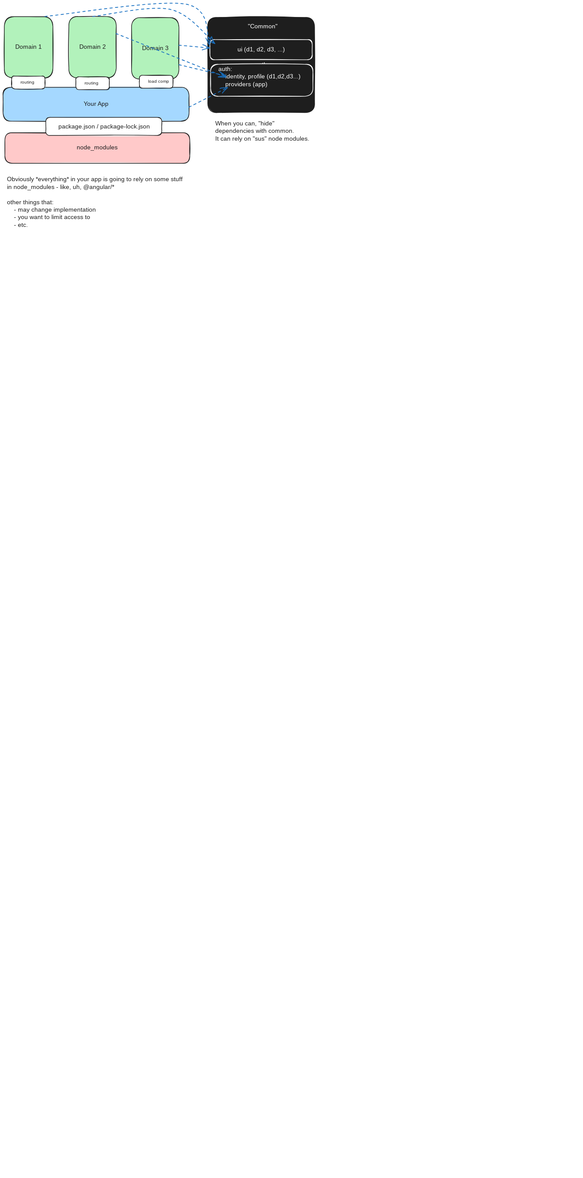
JeffryGonzalez/angular-state-management-dec-2025 keeps this Excalidraw diagram as src/frontend/notes/day1/deps.excalidraw.svg. Above is the earlier version. Source tidied: one line per element, renumbered; positions are measured from the earlier drawing's top-left corner, leaving out a move shared by most shapes.
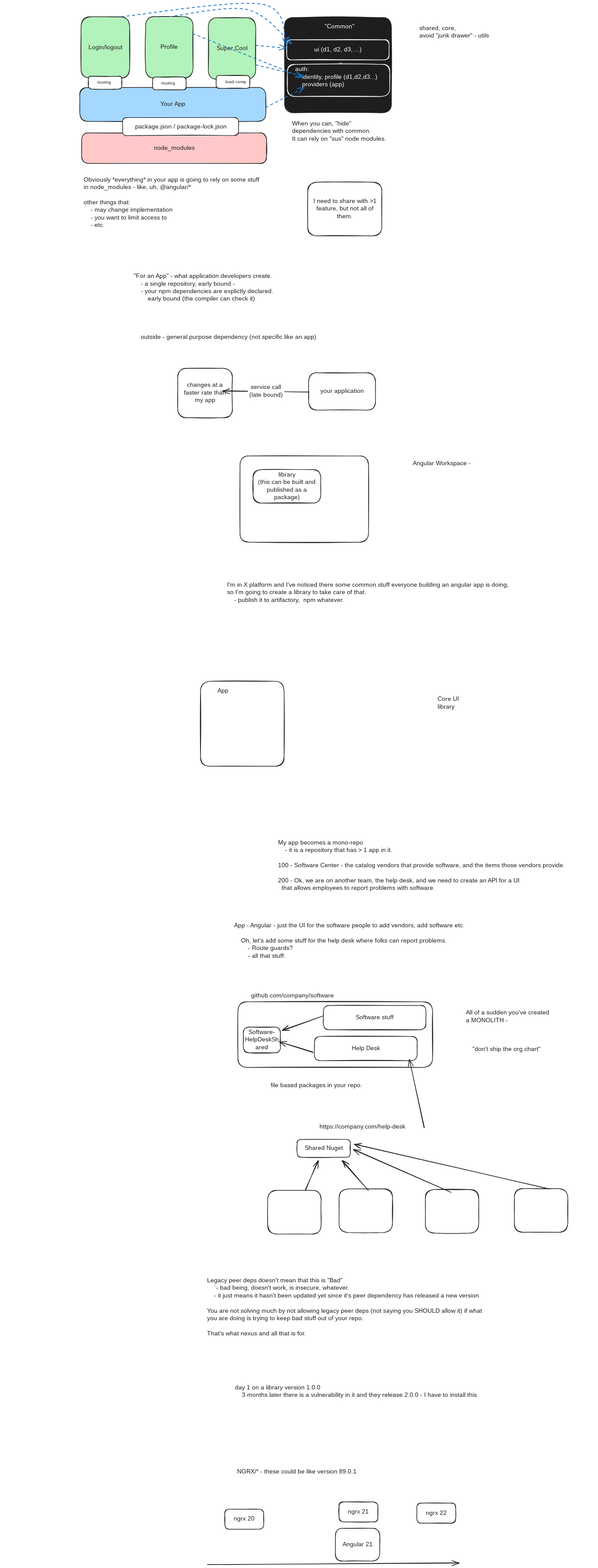
The same file after the commit.

Diff of the diagram source:
```diff
@@ -5,11 +5,11 @@
 {"id": 4, "type": "rectangle", "strokeColor": "#1e1e1e", "backgroundColor": "#ffffff", "fillStyle": "solid", "strokeWidth": 2, "roughness": 1, "round": true, "x": 141, "y": 372, "width": 382, "height": 59}
 {"id": 5, "type": "text", "text": "package.json / package-lock.json", "strokeColor": "#1e1e1e", "backgroundColor": "#a5d8ff", "fillStyle": "solid", "strokeWidth": 2, "roughness": 1, "fontSize": 20, "fontFamily": 5, "x": 183, "y": 391, "width": 316, "height": 25}
 {"id": 6, "type": "rectangle", "strokeColor": "#1e1e1e", "backgroundColor": "#b2f2bb", "fillStyle": "solid", "strokeWidth": 2, "roughness": 1, "round": true, "x": 4, "y": 40, "width": 160, "height": 202}
-{"id": 7, "type": "text", "text": "Domain 1", "strokeColor": "#1e1e1e", "backgroundColor": "#b2f2bb", "fillStyle": "solid", "strokeWidth": 2, "roughness": 1, "fontSize": 20, "fontFamily": 5, "textAlign": "center", "verticalAlign": "middle", "inside": 6, "x": 42, "y": 129, "width": 84, "height": 25}
+{"id": 7, "type": "text", "text": "Login/logout", "strokeColor": "#1e1e1e", "backgroundColor": "#b2f2bb", "fillStyle": "solid", "strokeWidth": 2, "roughness": 1, "fontSize": 20, "fontFamily": 5, "textAlign": "center", "verticalAlign": "middle", "inside": 6, "x": 23, "y": 129, "width": 122, "height": 25}
 {"id": 8, "type": "rectangle", "strokeColor": "#1e1e1e", "backgroundColor": "#b2f2bb", "fillStyle": "solid", "strokeWidth": 2, "roughness": 1, "round": true, "x": 217, "y": 40, "width": 156, "height": 202}
-{"id": 9, "type": "text", "text": "Domain 2", "strokeColor": "#1e1e1e", "backgroundColor": "#b2f2bb", "fillStyle": "solid", "strokeWidth": 2, "roughness": 1, "fontSize": 20, "fontFamily": 5, "textAlign": "center", "verticalAlign": "middle", "inside": 8, "x": 250, "y": 128, "width": 90, "height": 25}
+{"id": 9, "type": "text", "text": "Profile", "strokeColor": "#1e1e1e", "backgroundColor": "#b2f2bb", "fillStyle": "solid", "strokeWidth": 2, "roughness": 1, "fontSize": 20, "fontFamily": 5, "textAlign": "center", "verticalAlign": "middle", "inside": 8, "x": 263, "y": 128, "width": 64, "height": 25}
 {"id": 10, "type": "rectangle", "strokeColor": "#1e1e1e", "backgroundColor": "#b2f2bb", "fillStyle": "solid", "strokeWidth": 2, "roughness": 1, "round": true, "x": 423, "y": 44, "width": 156, "height": 202}
-{"id": 11, "type": "text", "text": "Domain 3", "strokeColor": "#1e1e1e", "backgroundColor": "#b2f2bb", "fillStyle": "solid", "strokeWidth": 2, "roughness": 1, "fontSize": 20, "fontFamily": 5, "textAlign": "center", "verticalAlign": "middle", "inside": 10, "x": 457, "y": 132, "width": 88, "height": 25}
+{"id": 11, "type": "text", "text": "Super Cool", "strokeColor": "#1e1e1e", "backgroundColor": "#b2f2bb", "fillStyle": "solid", "strokeWidth": 2, "roughness": 1, "fontSize": 20, "fontFamily": 5, "textAlign": "center", "verticalAlign": "middle", "inside": 10, "x": 450, "y": 132, "width": 102, "height": 25}
 {"id": 12, "type": "rectangle", "strokeColor": "#1e1e1e", "backgroundColor": "#ffffff", "fillStyle": "solid", "strokeWidth": 2, "roughness": 1, "round": true, "x": 28, "y": 236, "width": 110, "height": 42}
 {"id": 13, "type": "text", "text": "routing", "strokeColor": "#1e1e1e", "backgroundColor": "#a5d8ff", "fillStyle": "solid", "strokeWidth": 2, "roughness": 1, "fontSize": 14.24, "fontFamily": 5, "x": 57, "y": 249, "width": 49, "height": 18}
 {"id": 14, "type": "rectangle", "strokeColor": "#1e1e1e", "backgroundColor": "#ffffff", "fillStyle": "solid", "strokeWidth": 2, "roughness": 1, "round": true, "x": 240, "y": 239, "width": 110, "height": 42}
@@ -31,3 +31,60 @@
 {"id": 30, "type": "arrow", "strokeColor": "#1971c2", "backgroundColor": "#1e1e1e", "fillStyle": "solid", "strokeWidth": 2, "strokeStyle": "dashed", "roughness": 1, "endArrowhead": "arrow", "round": true, "from": 8, "x": 372, "y": 96, "width": 362, "height": 144, "points": [[0, 0], [362, 144]]}
 {"id": 31, "type": "arrow", "strokeColor": "#1971c2", "backgroundColor": "#1e1e1e", "fillStyle": "solid", "strokeWidth": 2, "strokeStyle": "dashed", "roughness": 1, "endArrowhead": "arrow", "round": true, "from": 2, "to": 24, "x": 611, "y": 339, "width": 129, "height": 66, "points": [[0, 0], [129, -66]]}
 {"id": 32, "type": "text", "text": "Obviously *everything* in your app is going to rely on some stuff \nin node_modules - like, uh, @angular/*\n\nother things that:\n    - may change implementation\n    - you want to limit access to\n    - etc. ", "strokeColor": "#1e1e1e", "backgroundColor": "#1e1e1e", "fillStyle": "solid", "strokeWidth": 2, "strokeStyle": "dashed", "roughness": 1, "fontSize": 20, "fontFamily": 5, "x": 13, "y": 565, "width": 640, "height": 175}
+{"id": 33, "type": "text", "text": "shared, core,\navoid \"junk drawer\" - utils", "strokeColor": "#1e1e1e", "strokeWidth": 2, "roughness": 1, "fontSize": 20, "fontFamily": 5, "x": 1117, "y": 66, "width": 251, "height": 50}
+{"id": 34, "type": "rectangle", "strokeColor": "#1e1e1e", "strokeWidth": 2, "roughness": 1, "round": true, "x": 750, "y": 585, "width": 244, "height": 177}
+{"id": 35, "type": "text", "text": "I need to share with >1\nfeature, but not all of\nthem.", "strokeColor": "#1e1e1e", "strokeWidth": 2, "roughness": 1, "fontSize": 20, "fontFamily": 5, "textAlign": "center", "verticalAlign": "middle", "inside": 34, "x": 757, "y": 636, "width": 231, "height": 75}
+{"id": 36, "type": "text", "text": "\"For an App\" - what application developers create.\n    - a single repository, early bound - \n    - your npm dependencies are explictly declared.\n        early bound (the compiler can check it)\n\n\n\n\n    outside - general purpose dependency (not specific like an app) ", "strokeColor": "#1e1e1e", "strokeWidth": 2, "roughness": 1, "fontSize": 20, "fontFamily": 5, "x": 178, "y": 883, "width": 651, "height": 225}
+{"id": 37, "type": "rectangle", "strokeColor": "#1e1e1e", "strokeWidth": 2, "roughness": 1, "round": true, "x": 322, "y": 1198, "width": 180, "height": 163}
+{"id": 38, "type": "text", "text": "changes at a\nfaster rate than\nmy app", "strokeColor": "#1e1e1e", "strokeWidth": 2, "roughness": 1, "fontSize": 20, "fontFamily": 5, "textAlign": "center", "verticalAlign": "middle", "inside": 37, "x": 331, "y": 1242, "width": 164, "height": 75}
+{"id": 39, "type": "rectangle", "strokeColor": "#1e1e1e", "strokeWidth": 2, "roughness": 1, "round": true, "x": 753, "y": 1213, "width": 220, "height": 123}
+{"id": 40, "type": "text", "text": "your application", "strokeColor": "#1e1e1e", "strokeWidth": 2, "roughness": 1, "fontSize": 20, "fontFamily": 5, "textAlign": "center", "verticalAlign": "middle", "inside": 39, "x": 787, "y": 1262, "width": 152, "height": 25}
+{"id": 41, "type": "arrow", "strokeColor": "#1e1e1e", "strokeWidth": 2, "roughness": 1, "endArrowhead": "arrow", "round": true, "from": 39, "x": 755, "y": 1276, "width": 285, "height": 4, "points": [[0, 0], [-285, -4]]}
+{"id": 42, "type": "text", "text": "service call\n(late bound)", "strokeColor": "#1e1e1e", "strokeWidth": 2, "roughness": 1, "fontSize": 20, "fontFamily": 5, "textAlign": "center", "verticalAlign": "middle", "inside": 41, "x": 553, "y": 1249, "width": 119, "height": 50}
+{"id": 43, "type": "rectangle", "strokeColor": "#1e1e1e", "strokeWidth": 2, "roughness": 1, "round": true, "x": 527, "y": 1487, "width": 423, "height": 284}
+{"id": 44, "type": "text", "text": "Angular Workspace - ", "strokeColor": "#1e1e1e", "strokeWidth": 2, "roughness": 1, "fontSize": 20, "fontFamily": 5, "x": 1095, "y": 1499, "width": 203, "height": 25}
+{"id": 45, "type": "rectangle", "strokeColor": "#1e1e1e", "strokeWidth": 2, "roughness": 1, "round": true, "x": 570, "y": 1532, "width": 223, "height": 110}
+{"id": 46, "type": "text", "text": "library\n(this can be built and\npublished as a\npackage)", "strokeColor": "#1e1e1e", "strokeWidth": 2, "roughness": 1, "fontSize": 20, "fontFamily": 5, "textAlign": "center", "verticalAlign": "middle", "inside": 45, "x": 577, "y": 1537, "width": 210, "height": 100}
+{"id": 47, "type": "text", "text": "I'm in X platform and I've noticed there some common stuff everyone building an angular app is doing,\nso I'm going to create a library to take care of that.\n    - publish it to artifactory,  npm whatever.", "strokeColor": "#1e1e1e", "strokeWidth": 2, "roughness": 1, "fontSize": 20, "fontFamily": 5, "x": 484, "y": 1900, "width": 985, "height": 75}
+{"id": 48, "type": "text", "text": "App\n", "strokeColor": "#1e1e1e", "strokeWidth": 2, "roughness": 1, "fontSize": 20, "fontFamily": 5, "x": 453, "y": 2249, "width": 35, "height": 50}
+{"id": 49, "type": "text", "text": "Core UI\nlibrary", "strokeColor": "#1e1e1e", "strokeWidth": 2, "roughness": 1, "fontSize": 20, "fontFamily": 5, "x": 1177, "y": 2276, "width": 77, "height": 50}
+{"id": 50, "type": "rectangle", "strokeColor": "#1e1e1e", "strokeWidth": 2, "roughness": 1, "round": true, "x": 397, "y": 2229, "width": 275, "height": 280}
+{"id": 51, "type": "text", "text": "My app becomes a mono-repo\n    - it is a repository that has > 1 app in it.\n\n100 - Software Center - the catalog vendors that provide software, and the items those vendors provide.\n\n200 - Ok, we are on another team, the help desk, and we need to create an API for a UI\n  that allows employees to report problems with software.\n", "strokeColor": "#1e1e1e", "strokeWidth": 2, "roughness": 1, "fontSize": 20, "fontFamily": 5, "x": 653, "y": 2749, "width": 1042, "height": 200}
+{"id": 52, "type": "text", "text": "App - Angular - just the UI for the software people to add vendors, add software etc.\n\n    Oh, let's add some stuff for the help desk where folks can report problems.\n        - Route guards? \n        - all that stuff.", "strokeColor": "#1e1e1e", "strokeWidth": 2, "roughness": 1, "fontSize": 20, "fontFamily": 5, "x": 507, "y": 3022, "width": 857, "height": 125}
+{"id": 53, "type": "rectangle", "strokeColor": "#1e1e1e", "strokeWidth": 2, "roughness": 1, "round": true, "x": 520, "y": 3285, "width": 641, "height": 216}
+{"id": 54, "type": "rectangle", "strokeColor": "#1e1e1e", "strokeWidth": 2, "roughness": 1, "round": true, "x": 801, "y": 3297, "width": 338, "height": 80}
+{"id": 55, "type": "text", "text": "Software stuff", "strokeColor": "#1e1e1e", "strokeWidth": 2, "roughness": 1, "fontSize": 20, "fontFamily": 5, "textAlign": "center", "verticalAlign": "middle", "inside": 54, "x": 897, "y": 3324, "width": 148, "height": 25}
+{"id": 56, "type": "rectangle", "strokeColor": "#1e1e1e", "strokeWidth": 2, "roughness": 1, "round": true, "x": 772, "y": 3399, "width": 338, "height": 80}
+{"id": 57, "type": "text", "text": "Help Desk", "strokeColor": "#1e1e1e", "strokeWidth": 2, "roughness": 1, "fontSize": 20, "fontFamily": 5, "textAlign": "center", "verticalAlign": "middle", "inside": 56, "x": 895, "y": 3426, "width": 93, "height": 25}
+{"id": 58, "type": "text", "text": "All of a sudden you've created\na MONOLITH -\n    ", "strokeColor": "#1e1e1e", "strokeWidth": 2, "roughness": 1, "fontSize": 20, "fontFamily": 5, "x": 1270, "y": 3309, "width": 296, "height": 75}
+{"id": 59, "type": "text", "text": "https://company.com/help-desk", "strokeColor": "#1e1e1e", "strokeWidth": 2, "roughness": 1, "fontSize": 20, "fontFamily": 5, "x": 789, "y": 3685, "width": 298, "height": 25}
+{"id": 60, "type": "arrow", "strokeColor": "#1e1e1e", "strokeWidth": 2, "roughness": 1, "endArrowhead": "arrow", "round": true, "to": 56, "x": 1133, "y": 3699, "width": 48, "height": 223, "points": [[0, 0], [-48, -223]]}
+{"id": 61, "type": "text", "text": "\"don't ship the org chart\"", "strokeColor": "#1e1e1e", "strokeWidth": 2, "roughness": 1, "fontSize": 20, "fontFamily": 5, "x": 1292, "y": 3429, "width": 250, "height": 25}
+{"id": 62, "type": "rectangle", "strokeColor": "#1e1e1e", "strokeWidth": 2, "roughness": 1, "round": true, "x": 538, "y": 3368, "width": 122, "height": 85}
+{"id": 63, "type": "text", "text": "Software-\nHelpDeskSh\nared", "strokeColor": "#1e1e1e", "strokeWidth": 2, "roughness": 1, "fontSize": 20, "fontFamily": 5, "textAlign": "center", "verticalAlign": "middle", "inside": 62, "x": 545, "y": 3373, "width": 109, "height": 75}
+{"id": 64, "type": "arrow", "strokeColor": "#1e1e1e", "strokeWidth": 2, "roughness": 1, "endArrowhead": "arrow", "round": true, "from": 54, "to": 62, "x": 801, "y": 3331, "width": 135, "height": 49, "points": [[0, 0], [-135, 49]]}
+{"id": 65, "type": "arrow", "strokeColor": "#1e1e1e", "strokeWidth": 2, "roughness": 1, "endArrowhead": "arrow", "round": true, "from": 56, "to": 62, "x": 767, "y": 3451, "width": 111, "height": 34, "points": [[0, 0], [-111, -34]]}
+{"id": 66, "type": "rectangle", "strokeColor": "#1e1e1e", "strokeWidth": 2, "roughness": 1, "round": true, "x": 618, "y": 3906, "width": 176, "height": 144}
+{"id": 67, "type": "rectangle", "strokeColor": "#1e1e1e", "strokeWidth": 2, "roughness": 1, "round": true, "x": 853, "y": 3901, "width": 176, "height": 144}
+{"id": 68, "type": "rectangle", "strokeColor": "#1e1e1e", "strokeWidth": 2, "roughness": 1, "round": true, "x": 1137, "y": 3903, "width": 176, "height": 144}
+{"id": 69, "type": "rectangle", "strokeColor": "#1e1e1e", "strokeWidth": 2, "roughness": 1, "round": true, "x": 1430, "y": 3900, "width": 176, "height": 144}
+{"id": 70, "type": "rectangle", "strokeColor": "#1e1e1e", "strokeWidth": 2, "roughness": 1, "round": true, "x": 715, "y": 3738, "width": 175, "height": 59}
+{"id": 71, "type": "text", "text": "Shared Nuget", "strokeColor": "#1e1e1e", "strokeWidth": 2, "roughness": 1, "fontSize": 20, "fontFamily": 5, "textAlign": "center", "verticalAlign": "middle", "inside": 70, "x": 738, "y": 3755, "width": 130, "height": 25}
+{"id": 72, "type": "arrow", "strokeColor": "#1e1e1e", "strokeWidth": 2, "roughness": 1, "endArrowhead": "arrow", "round": true, "from": 66, "to": 70, "x": 743, "y": 3904, "width": 41, "height": 95, "points": [[0, 0], [41, -95]]}
+{"id": 73, "type": "arrow", "strokeColor": "#1e1e1e", "strokeWidth": 2, "roughness": 1, "endArrowhead": "arrow", "round": true, "from": 67, "to": 70, "x": 950, "y": 3907, "width": 87, "height": 99, "points": [[0, 0], [-87, -99]]}
+{"id": 74, "type": "arrow", "strokeColor": "#1e1e1e", "strokeWidth": 2, "roughness": 1, "endArrowhead": "arrow", "round": true, "from": 68, "to": 70, "x": 1222, "y": 3912, "width": 322, "height": 141, "points": [[0, 0], [-322, -141]]}
+{"id": 75, "type": "arrow", "strokeColor": "#1e1e1e", "strokeWidth": 2, "roughness": 1, "endArrowhead": "arrow", "round": true, "from": 69, "to": 70, "x": 1545, "y": 3901, "width": 642, "height": 147, "points": [[0, 0], [-642, -147]]}
+{"id": 76, "type": "text", "text": "file based packages in your repo.", "strokeColor": "#1e1e1e", "strokeWidth": 2, "roughness": 1, "fontSize": 20, "fontFamily": 5, "x": 628, "y": 3549, "width": 318, "height": 25}
+{"id": 77, "type": "text", "text": "github.com/company/software", "strokeColor": "#1e1e1e", "strokeWidth": 2, "roughness": 1, "fontSize": 20, "fontFamily": 5, "x": 564, "y": 3253, "width": 289, "height": 25}
+{"id": 78, "type": "text", "text": "Legacy peer deps doesn't mean that this is \"Bad\"\n    `- bad being, doesn't work, is insecure, whatever.\n    - it just means it hasn't been updated yet since it's peer dependency has released a new version\n\nYou are not solving much by not allowing legacy peer deps (not saying you SHOULD allow it) if what \nyou are doing is trying to keep bad stuff out of your repo.\n\nThat's what nexus and all that is for.\n\n", "strokeColor": "#1e1e1e", "strokeWidth": 2, "roughness": 1, "fontSize": 20, "fontFamily": 5, "x": 419, "y": 4191, "width": 979, "height": 250}
+{"id": 79, "type": "text", "text": "day 1 on a library version 1.0.0\n    3 months later there is a vulnerability in it and they release 2.0.0 - I have to install this.\n    ", "strokeColor": "#1e1e1e", "strokeWidth": 2, "roughness": 1, "fontSize": 20, "fontFamily": 5, "x": 511, "y": 4544, "width": 910, "height": 75}
+{"id": 80, "type": "text", "text": "NGRX/* - these could be like version 89.0.1\n", "strokeColor": "#1e1e1e", "strokeWidth": 2, "roughness": 1, "fontSize": 20, "fontFamily": 5, "x": 517, "y": 4821, "width": 423, "height": 50}
+{"id": 81, "type": "rectangle", "strokeColor": "#1e1e1e", "strokeWidth": 2, "roughness": 1, "round": true, "x": 841, "y": 5019, "width": 146, "height": 108}
+{"id": 82, "type": "text", "text": "Angular 21", "strokeColor": "#1e1e1e", "strokeWidth": 2, "roughness": 1, "fontSize": 20, "fontFamily": 5, "textAlign": "center", "verticalAlign": "middle", "inside": 81, "x": 864, "y": 5060, "width": 101, "height": 25}
+{"id": 83, "type": "arrow", "strokeColor": "#1e1e1e", "strokeWidth": 2, "roughness": 1, "endArrowhead": "arrow", "round": true, "x": 421, "y": 5138, "width": 828, "height": 5, "points": [[0, 0], [828, -5]]}
+{"id": 84, "type": "rectangle", "strokeColor": "#1e1e1e", "strokeWidth": 2, "roughness": 1, "round": true, "x": 477, "y": 4956, "width": 128, "height": 66}
+{"id": 85, "type": "text", "text": "ngrx 20", "strokeColor": "#1e1e1e", "strokeWidth": 2, "roughness": 1, "fontSize": 20, "fontFamily": 5, "textAlign": "center", "verticalAlign": "middle", "inside": 84, "x": 503, "y": 4976, "width": 76, "height": 25}
+{"id": 86, "type": "rectangle", "strokeColor": "#1e1e1e", "strokeWidth": 2, "roughness": 1, "round": true, "x": 853, "y": 4932, "width": 128, "height": 66}
+{"id": 87, "type": "text", "text": "ngrx 21", "strokeColor": "#1e1e1e", "strokeWidth": 2, "roughness": 1, "fontSize": 20, "fontFamily": 5, "textAlign": "center", "verticalAlign": "middle", "inside": 86, "x": 882, "y": 4952, "width": 72, "height": 25}
+{"id": 88, "type": "rectangle", "strokeColor": "#1e1e1e", "strokeWidth": 2, "roughness": 1, "round": true, "x": 1109, "y": 4936, "width": 128, "height": 66}
+{"id": 89, "type": "text", "text": "ngrx 22", "strokeColor": "#1e1e1e", "strokeWidth": 2, "roughness": 1, "fontSize": 20, "fontFamily": 5, "textAlign": "center", "verticalAlign": "middle", "inside": 88, "x": 1135, "y": 4956, "width": 77, "height": 25}
```
